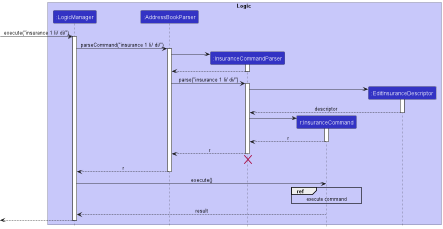
Earlier version of the PlantUML export docs/images/InsuranceSequenceDiagramParse.png (nus-cs2103-AY2223S1/tp).
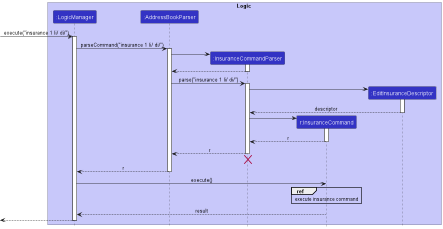
The same diagram one commit later.

Commit message:
minor diagram adjustments

Diff of the diagram source:
```diff
@@ -49,7 +49,7 @@
 
 LogicManager -> InsuranceCommand : execute()
 
-ref over InsuranceCommand: execute command
+ref over InsuranceCommand: execute insurance command
 
 InsuranceCommand --> LogicManager : result
 deactivate InsuranceCommand
```
